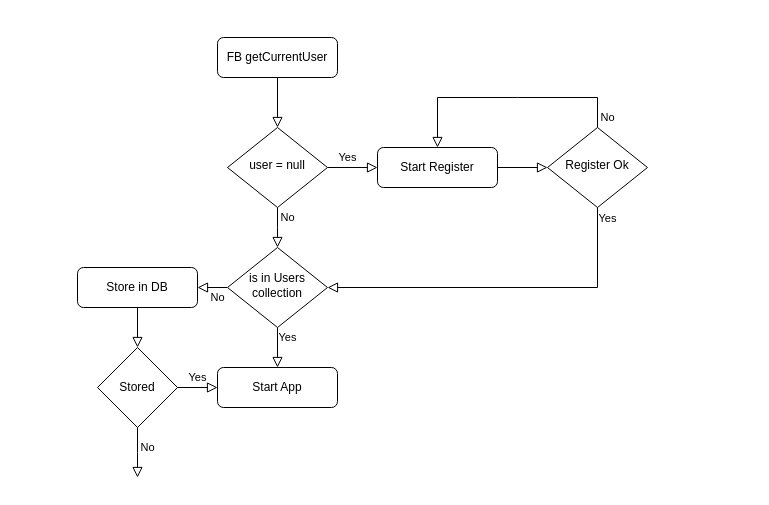
Earlier version of the draw.io diagram docs/Diagrama flujo registro FB.drawio (josemelorrieta/MChat). Source tidied: cells renumbered, new cells numbered last; positions are measured from the earlier drawing's top-left corner, leaving out a move shared by most shapes. Both pictures are drawn from the tidied source at 100%, with x=0, y=0 at pixel (77, 37).
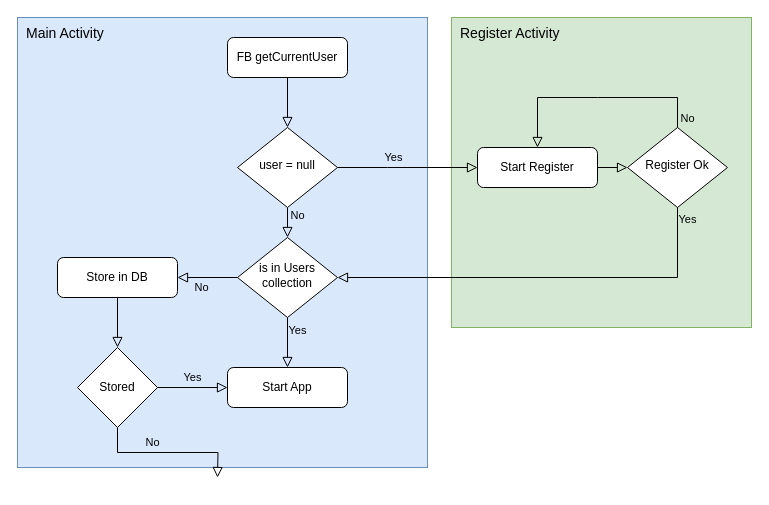
Above is the later version.

Commit message (it also covers changes not shown here):
Refactorización del registro a una nueva Activity

Change to the diagram source:
```diff
@@
+    <mxCell id="21" value="&lt;div style=&quot;font-size: 14px;&quot;&gt;&lt;span style=&quot;font-size: 14px;&quot;&gt;Register Activity&lt;/span&gt;&lt;/div&gt;" style="rounded=0;whiteSpace=wrap;html=1;verticalAlign=top;align=left;spacingLeft=7;spacingTop=1;fontSize=14;fillColor=#d5e8d4;strokeColor=#82b366;" parent="1" vertex="1">
+      <mxGeometry x="374" y="-20" width="300" height="310" as="geometry" />
+    </mxCell>
+    <mxCell id="22" value="Main Activity" style="rounded=0;whiteSpace=wrap;html=1;align=left;verticalAlign=top;spacingTop=1;spacingLeft=7;fontSize=14;fillColor=#dae8fc;strokeColor=#6c8ebf;" parent="1" vertex="1">
+      <mxGeometry x="-60" y="-20" width="410" height="450" as="geometry" />
+    </mxCell>
@@
     <mxCell id="3" value="FB getCurrentUser" style="rounded=1;whiteSpace=wrap;html=1;fontSize=12;glass=0;strokeWidth=1;shadow=0;" parent="1" vertex="1">
-      <mxGeometry x="140" width="120" height="40" as="geometry" />
+      <mxGeometry x="150" width="120" height="40" as="geometry" />
     </mxCell>
     <mxCell id="4" value="Yes" style="rounded=0;html=1;jettySize=auto;fontSize=11;endArrow=block;endFill=0;endSize=8;strokeWidth=1;shadow=0;labelBackgroundColor=none;edgeStyle=orthogonalEdgeStyle;entryX=0;entryY=0.5;entryDx=0;entryDy=0;" parent="1" edge="1" source="6" target="7">
       <mxGeometry x="-0.2" y="10" relative="1" as="geometry">
         <Array as="points">
-          <mxPoint x="230" y="130" />
-          <mxPoint x="230" y="130" />
+          <mxPoint x="310" y="130" />
+          <mxPoint x="310" y="130" />
         </Array>
       </mxGeometry>
     </mxCell>
     <mxCell id="5" value="No" style="edgeStyle=orthogonalEdgeStyle;rounded=0;html=1;jettySize=auto;fontSize=11;endArrow=block;endFill=0;endSize=8;strokeWidth=1;shadow=0;labelBackgroundColor=none;entryX=0.5;entryY=0;entryDx=0;entryDy=0;" parent="1" edge="1" source="6" target="10">
       <mxGeometry x="-0.5" y="10" relative="1" as="geometry">
         <Array as="points">
-          <mxPoint x="200" y="190" />
-          <mxPoint x="200" y="190" />
+          <mxPoint x="210" y="190" />
+          <mxPoint x="210" y="190" />
         </Array>
       </mxGeometry>
     </mxCell>
     <mxCell id="6" value="user = null" style="rhombus;whiteSpace=wrap;html=1;shadow=0;fontFamily=Helvetica;fontSize=12;align=center;strokeWidth=1;spacing=6;spacingTop=-4;" parent="1" vertex="1">
-      <mxGeometry x="150" y="90" width="100" height="80" as="geometry" />
+      <mxGeometry x="160" y="90" width="100" height="80" as="geometry" />
     </mxCell>
     <mxCell id="7" value="Start Register" style="rounded=1;whiteSpace=wrap;html=1;fontSize=12;glass=0;strokeWidth=1;shadow=0;" parent="1" vertex="1">
-      <mxGeometry x="300" y="110" width="120" height="40" as="geometry" />
+      <mxGeometry x="400" y="110" width="120" height="40" as="geometry" />
     </mxCell>
@@
     <mxCell id="10" value="is in Users collection" style="rhombus;whiteSpace=wrap;html=1;shadow=0;fontFamily=Helvetica;fontSize=12;align=center;strokeWidth=1;spacing=6;spacingTop=-4;" parent="1" vertex="1">
-      <mxGeometry x="150" y="210" width="100" height="80" as="geometry" />
+      <mxGeometry x="160" y="200" width="100" height="80" as="geometry" />
     </mxCell>
     <mxCell id="11" value="Store in DB" style="rounded=1;whiteSpace=wrap;html=1;fontSize=12;glass=0;strokeWidth=1;shadow=0;" parent="1" vertex="1">
-      <mxGeometry y="230" width="120" height="40" as="geometry" />
+      <mxGeometry x="-20" y="220" width="120" height="40" as="geometry" />
     </mxCell>
     <mxCell id="12" value="Start App" style="rounded=1;whiteSpace=wrap;html=1;fontSize=12;glass=0;strokeWidth=1;shadow=0;" parent="1" vertex="1">
-      <mxGeometry x="140" y="330" width="120" height="40" as="geometry" />
+      <mxGeometry x="150" y="330" width="120" height="40" as="geometry" />
     </mxCell>
@@
     <mxCell id="14" value="Register Ok" style="rhombus;whiteSpace=wrap;html=1;shadow=0;fontFamily=Helvetica;fontSize=12;align=center;strokeWidth=1;spacing=6;spacingTop=-4;" parent="1" vertex="1">
-      <mxGeometry x="470" y="90" width="100" height="80" as="geometry" />
+      <mxGeometry x="550" y="90" width="100" height="80" as="geometry" />
     </mxCell>
@@
     <mxCell id="16" value="No" style="endArrow=block;html=1;rounded=0;shadow=0;labelBackgroundColor=none;endSize=8;strokeWidth=1;endFill=0;entryX=0.5;entryY=0;entryDx=0;entryDy=0;exitX=0.5;exitY=0;exitDx=0;exitDy=0;" parent="1" edge="1" source="14" target="7">
       <mxGeometry x="-0.92" y="-10" relative="1" as="geometry">
         <Array as="points">
+          <mxPoint x="600" y="60" />
           <mxPoint x="520" y="60" />
-          <mxPoint x="440" y="60" />
-          <mxPoint x="360" y="60" />
+          <mxPoint x="460" y="60" />
         </Array>
       </mxGeometry>
     </mxCell>
     <mxCell id="17" value="Yes" style="endArrow=block;html=1;rounded=0;shadow=0;labelBackgroundColor=none;endSize=8;strokeWidth=1;endFill=0;exitX=0.5;exitY=1;exitDx=0;exitDy=0;entryX=1;entryY=0.5;entryDx=0;entryDy=0;" parent="1" edge="1" source="14" target="10">
       <mxGeometry x="-0.94" y="10" relative="1" as="geometry">
         <Array as="points">
-          <mxPoint x="520" y="250" />
+          <mxPoint x="600" y="240" />
         </Array>
       </mxGeometry>
     </mxCell>
     <mxCell id="18" value="Stored" style="rhombus;whiteSpace=wrap;html=1;" parent="1" vertex="1">
-      <mxGeometry x="20" y="310" width="80" height="80" as="geometry" />
+      <mxGeometry y="310" width="80" height="80" as="geometry" />
     </mxCell>
@@
     <mxCell id="20" value="No" style="edgeStyle=orthogonalEdgeStyle;rounded=0;html=1;jettySize=auto;fontSize=11;endArrow=block;endFill=0;endSize=8;strokeWidth=1;shadow=0;labelBackgroundColor=none;exitX=0.5;exitY=1;exitDx=0;exitDy=0;" parent="1" edge="1" source="18">
       <mxGeometry x="-0.2" y="10" relative="1" as="geometry">
-        <mxPoint x="60" y="440" as="targetPoint" />
+        <mxPoint x="140" y="440" as="targetPoint" />
       </mxGeometry>
     </mxCell>
```
